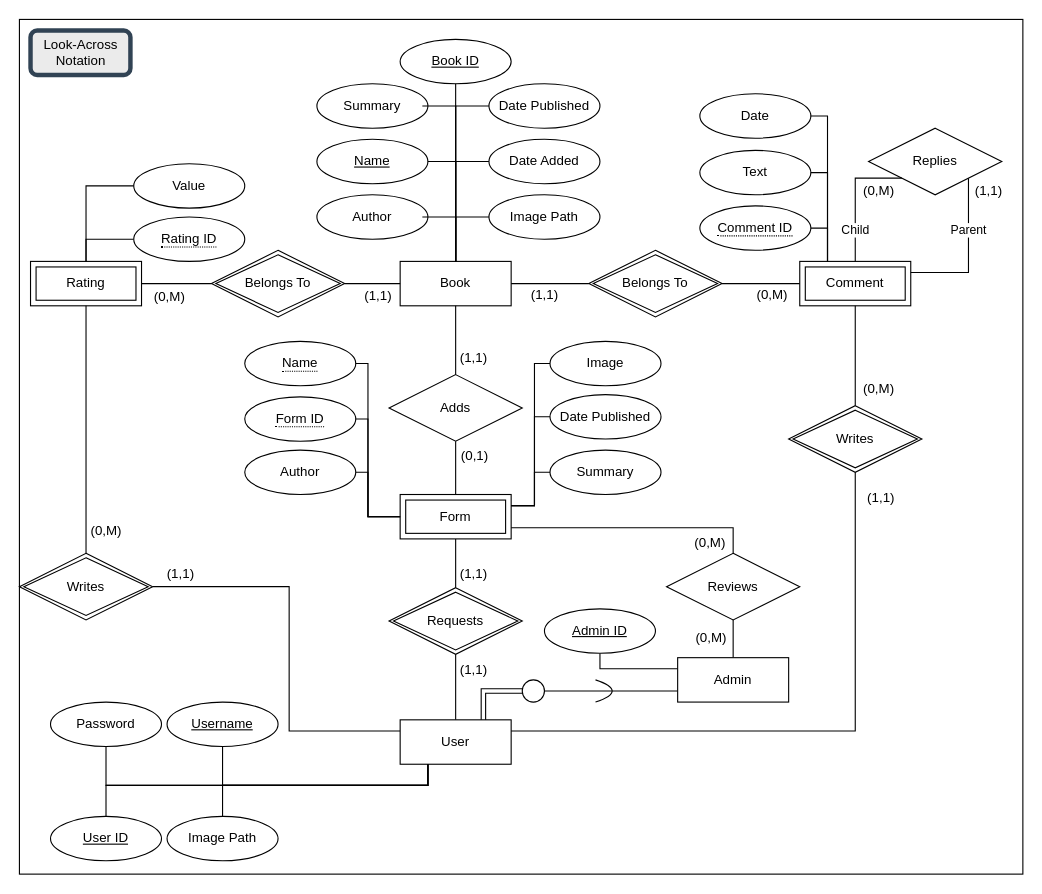
Above: BDB ERD.drawio in theinsurgentarchive/BDB (draw.io), before the change. Source tidied: cells renumbered, new cells numbered last; positions are measured from the earlier drawing's top-left corner, leaving out a move shared by most shapes. Both pictures are drawn from the tidied source at 111%, with x=0, y=0 at pixel (19, 19).
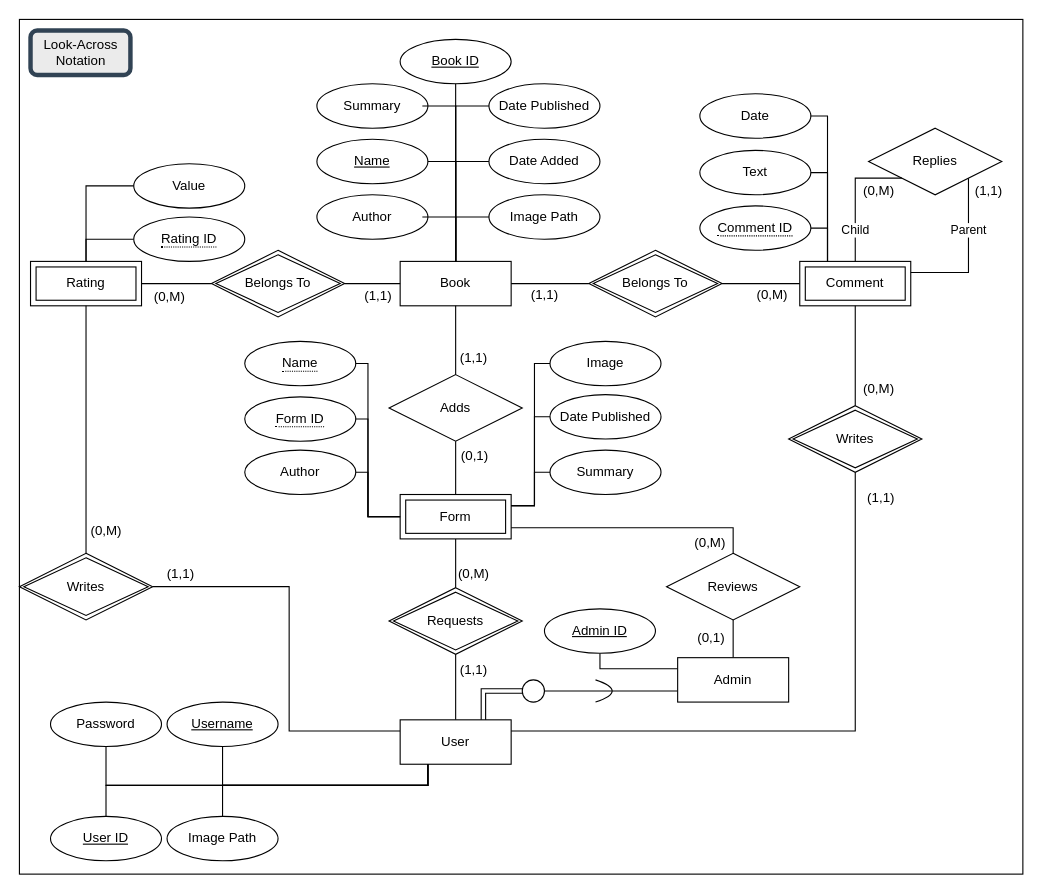
After the change.

Commit message:
edited Cardinality for User/Form and Admin/Form in BDB ERD.drawio

What changed in the source:
```diff
@@
-    <mxCell id="59" value="(0,M)" style="text;html=1;align=center;verticalAlign=middle;strokeColor=none;fillColor=none;" parent="1" vertex="1">
+    <mxCell id="59" value="(0,1)" style="text;html=1;align=center;verticalAlign=middle;strokeColor=none;fillColor=none;" parent="1" vertex="1">
       <mxGeometry x="598" y="542" width="50" height="30" as="geometry" />
     </mxCell>
@@
-    <mxCell id="70" value="(1,1)" style="text;html=1;align=center;verticalAlign=middle;strokeColor=none;fillColor=none;" parent="1" vertex="1">
+    <mxCell id="70" value="(0,M)" style="text;html=1;align=center;verticalAlign=middle;strokeColor=none;fillColor=none;" parent="1" vertex="1">
       <mxGeometry x="384" y="485" width="50" height="30" as="geometry" />
     </mxCell>
```
